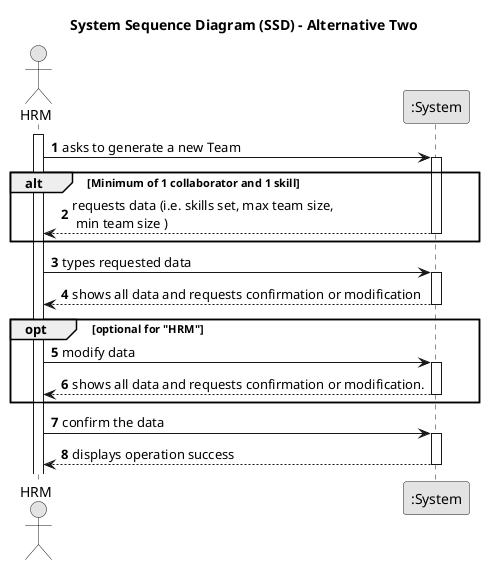
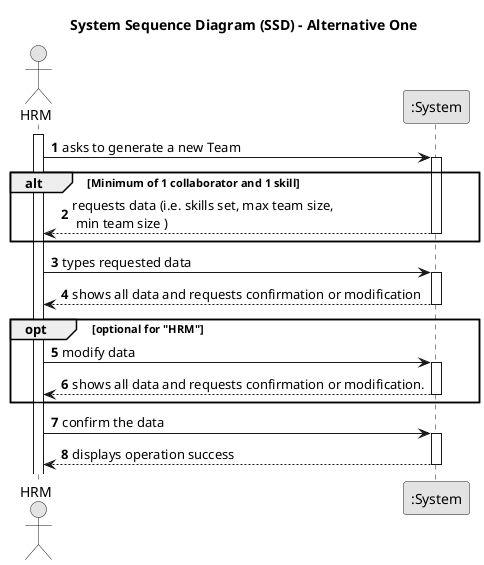
@startuml
skinparam monochrome true
skinparam packageStyle rectangle
skinparam shadowing false

- title System Sequence Diagram (SSD) - Alternative Two
+ title System Sequence Diagram (SSD) - Alternative One

autonumber

actor "HRM" as Manager
participant ":System" as System

activate Manager

    Manager -> System : asks to generate a new Team
    activate System

    alt Minimum of 1 collaborator and 1 skill
        System --> Manager : requests data (i.e. skills set, max team size,\n min team size )
    deactivate System
    end

    Manager -> System : types requested data
    activate System

        System --> Manager : shows all data and requests confirmation or modification
    deactivate System

    opt optional for "HRM"
    Manager -> System : modify data
    activate System

    System --> Manager : shows all data and requests confirmation or modification.
    deactivate System
    end

    Manager -> System : confirm the data
    activate System

        System --> Manager : displays operation success
    deactivate System
@enduml